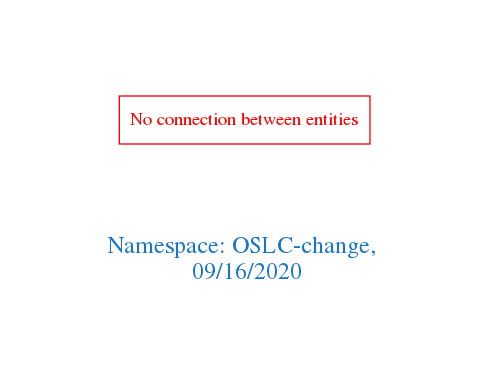
Earlier version of the Graphviz export downloads/OSLC-change.png (arago/OGIT). Its source is kept beside it as downloads/OSLC-change.dot.
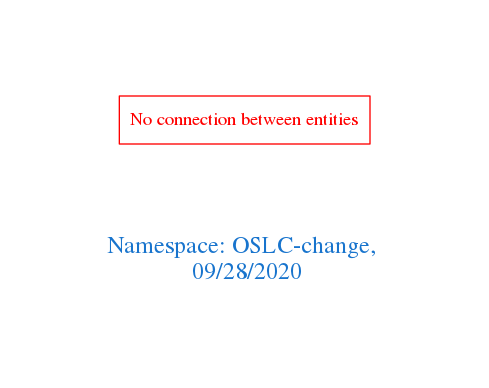
After the change.

What changed in the source:
```diff
@@ -1,7 +1,7 @@
 digraph OGIT_ontology {
  graph [ rankdir= LR,pad=1
 fontsize = 18,
-fontcolor= dodgerblue3,label = "\n\n\nNamespace: OSLC-change, \n 09/16/2020"];
+fontcolor= dodgerblue3,label = "\n\n\nNamespace: OSLC-change, \n 09/28/2020"];
 node[shape=polygon];
 edge [  color="gray81"];
 
```
